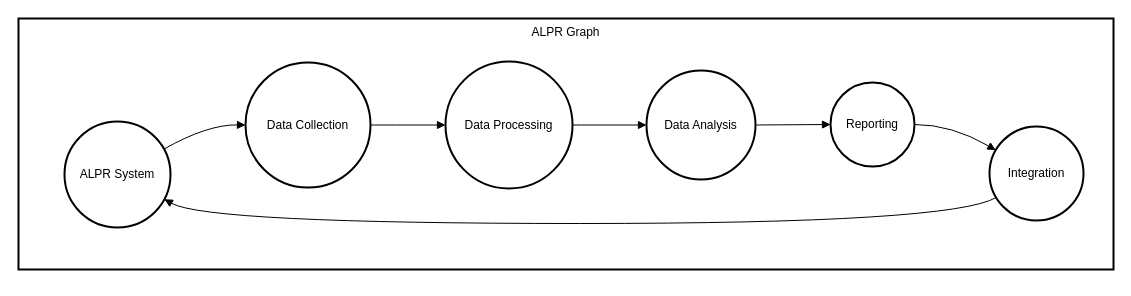
The draw.io diagram Untitled Diagram.drawio in AImalate/AImalate, before the edit. Source tidied: cells renumbered, new cells numbered last; positions are measured from the earlier drawing's top-left corner, leaving out a move shared by most shapes. Both pictures are drawn from the tidied source at 100%, with x=0, y=0 at pixel (18, 18). Pictures stored in the file or linked from it are replaced by grey dashed boxes.
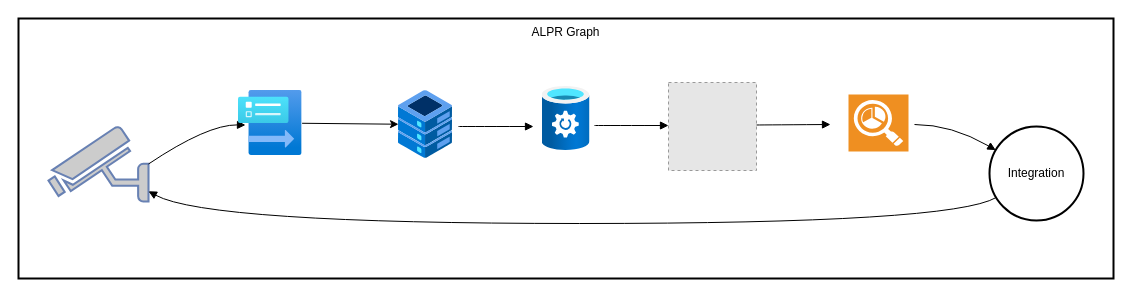
The same diagram, later.

Unchanged cells that the change refers to:
```xml
<mxCell id="8" value="Integration" style="ellipse;strokeWidth=2;whiteSpace=wrap;" parent="2" vertex="1">
  <mxGeometry x="971" y="108" width="94" height="94" as="geometry" />
</mxCell>
```

The edit, as a diff of the source:
```diff
@@
     <mxCell id="2" value="ALPR Graph" style="whiteSpace=wrap;strokeWidth=2;verticalAlign=top;" parent="1" vertex="1">
-      <mxGeometry width="1095" height="251" as="geometry" />
+      <mxGeometry width="1095" height="260" as="geometry" />
     </mxCell>
-    <mxCell id="3" value="ALPR System" style="ellipse;strokeWidth=2;whiteSpace=wrap;" parent="2" vertex="1">
-      <mxGeometry x="46" y="103" width="106" height="106" as="geometry" />
-    </mxCell>
-    <mxCell id="4" value="Data Collection" style="ellipse;strokeWidth=2;whiteSpace=wrap;" parent="2" vertex="1">
-      <mxGeometry x="227" y="44" width="125" height="125" as="geometry" />
-    </mxCell>
-    <mxCell id="5" value="Data Processing" style="ellipse;strokeWidth=2;whiteSpace=wrap;" parent="2" vertex="1">
-      <mxGeometry x="427" y="43" width="127" height="127" as="geometry" />
-    </mxCell>
-    <mxCell id="6" value="Data Analysis" style="ellipse;strokeWidth=2;whiteSpace=wrap;" parent="2" vertex="1">
-      <mxGeometry x="628" y="52" width="109" height="109" as="geometry" />
-    </mxCell>
-    <mxCell id="7" value="Reporting" style="ellipse;strokeWidth=2;whiteSpace=wrap;" parent="2" vertex="1">
-      <mxGeometry x="812" y="64" width="84" height="84" as="geometry" />
-    </mxCell>
+    <mxCell id="15" style="fontColor=#0066CC;verticalAlign=top;verticalLabelPosition=bottom;labelPosition=center;align=center;html=1;outlineConnect=0;fillColor=#CCCCCC;strokeColor=#6881B3;gradientColor=none;gradientDirection=north;strokeWidth=2;shape=mxgraph.networks.security_camera;flipH=1;" parent="2" vertex="1">
+      <mxGeometry x="30" y="108" width="100" height="75" as="geometry" />
+    </mxCell>
@@
-    <mxCell id="9" style="curved=1;startArrow=none;endArrow=block;exitX=1;exitY=0.22;entryX=0;entryY=0.5;" parent="2" edge="1" source="3" target="4">
+    <mxCell id="9" style="curved=1;startArrow=none;endArrow=block;exitX=0;exitY=0.5;entryX=0;entryY=0.5;exitDx=0;exitDy=0;exitPerimeter=0;" parent="2" edge="1" source="15">
       <mxGeometry relative="1" as="geometry">
+        <mxPoint x="227" y="106.5" as="targetPoint" />
         <Array as="points">
           <mxPoint x="189" y="106" />
         </Array>
       </mxGeometry>
     </mxCell>
-    <mxCell id="10" style="curved=1;startArrow=none;endArrow=block;exitX=1;exitY=0.5;entryX=0;entryY=0.5;" parent="2" edge="1" source="4" target="5">
-      <mxGeometry relative="1" as="geometry" />
+    <mxCell id="10" style="curved=1;startArrow=none;endArrow=block;exitX=1;exitY=0.5;entryX=0;entryY=0.5;" parent="2" edge="1">
+      <mxGeometry relative="1" as="geometry">
+        <mxPoint x="440" y="108" as="sourcePoint" />
+        <mxPoint x="515" y="108" as="targetPoint" />
+      </mxGeometry>
     </mxCell>
-    <mxCell id="11" style="curved=1;startArrow=none;endArrow=block;exitX=1;exitY=0.5;entryX=0;entryY=0.5;" parent="2" edge="1" source="5" target="6">
-      <mxGeometry relative="1" as="geometry" />
+    <mxCell id="11" style="curved=1;startArrow=none;endArrow=block;exitX=1;exitY=0.5;entryX=0;entryY=0.5;" parent="2" edge="1">
+      <mxGeometry relative="1" as="geometry">
+        <mxPoint x="576" y="107" as="sourcePoint" />
+        <mxPoint x="650" y="107" as="targetPoint" />
+      </mxGeometry>
     </mxCell>
-    <mxCell id="12" style="curved=1;startArrow=none;endArrow=block;exitX=1;exitY=0.5;entryX=0;entryY=0.5;" parent="2" edge="1" source="6" target="7">
-      <mxGeometry relative="1" as="geometry" />
+    <mxCell id="12" style="curved=1;startArrow=none;endArrow=block;exitX=1;exitY=0.5;entryX=0;entryY=0.5;" parent="2" edge="1">
+      <mxGeometry relative="1" as="geometry">
+        <mxPoint x="737" y="106.5" as="sourcePoint" />
+        <mxPoint x="812" y="106" as="targetPoint" />
+      </mxGeometry>
     </mxCell>
-    <mxCell id="13" style="curved=1;startArrow=none;endArrow=block;exitX=1;exitY=0.5;entryX=0;entryY=0.21;" parent="2" edge="1" source="7" target="8">
+    <mxCell id="13" style="curved=1;startArrow=none;endArrow=block;exitX=1;exitY=0.5;entryX=0;entryY=0.21;" parent="2" edge="1" target="8">
       <mxGeometry relative="1" as="geometry">
+        <mxPoint x="896" y="106" as="sourcePoint" />
         <Array as="points">
           <mxPoint x="933" y="106" />
         </Array>
       </mxGeometry>
     </mxCell>
-    <mxCell id="14" style="curved=1;startArrow=none;endArrow=block;exitX=0;exitY=0.8;entryX=1;entryY=0.77;" parent="2" edge="1" source="8" target="3">
+    <mxCell id="14" style="curved=1;startArrow=none;endArrow=block;exitX=0;exitY=0.8;" parent="2" edge="1" source="8" target="15">
       <mxGeometry relative="1" as="geometry">
         <Array as="points">
           <mxPoint x="933" y="205" />
           <mxPoint x="189" y="205" />
         </Array>
       </mxGeometry>
     </mxCell>
+    <mxCell id="16" style="image;html=1;points=[];align=center;fontSize=12;image=img/lib/azure2/other/Data_Collection_Rules.svg;" parent="2" vertex="1">
+      <mxGeometry x="220" y="72" width="63.6" height="64.9" as="geometry" />
+    </mxCell>
+    <mxCell id="17" style="image;html=1;points=[];align=center;fontSize=12;image=img/lib/azure2/other/Fiji.svg;" parent="2" vertex="1">
+      <mxGeometry x="380" y="72" width="54" height="68" as="geometry" />
+    </mxCell>
+    <mxCell id="18" style="image;html=1;align=center;fontSize=12;image=img/lib/azure2/storage/StorSimple_Data_Managers.svg;" parent="2" vertex="1">
+      <mxGeometry x="523.5" y="68" width="48" height="64" as="geometry" />
+    </mxCell>
+    <mxCell id="19" style="fillColor=#E6E6E6;strokeColor=#999999;dashed=1;html=1;verticalAlign=top;verticalLabelPosition=bottom;labelBackgroundColor=#ffffff;" parent="2" vertex="1">
+      <mxGeometry x="650" y="64" width="88" height="88" as="geometry" />
+    </mxCell>
+    <mxCell id="20" style="endArrow=classic;html=1;rounded=0;" parent="2" edge="1" source="16" target="17">
+      <mxGeometry relative="1" as="geometry" />
+    </mxCell>
+    <mxCell id="21" style="shadow=0;dashed=0;html=1;strokeColor=none;fillColor=#EF8F21;labelPosition=center;verticalLabelPosition=bottom;verticalAlign=top;align=center;shape=mxgraph.veeam.reporting;" parent="2" vertex="1">
+      <mxGeometry x="830" y="76" width="60" height="56.9" as="geometry" />
+    </mxCell>
```
